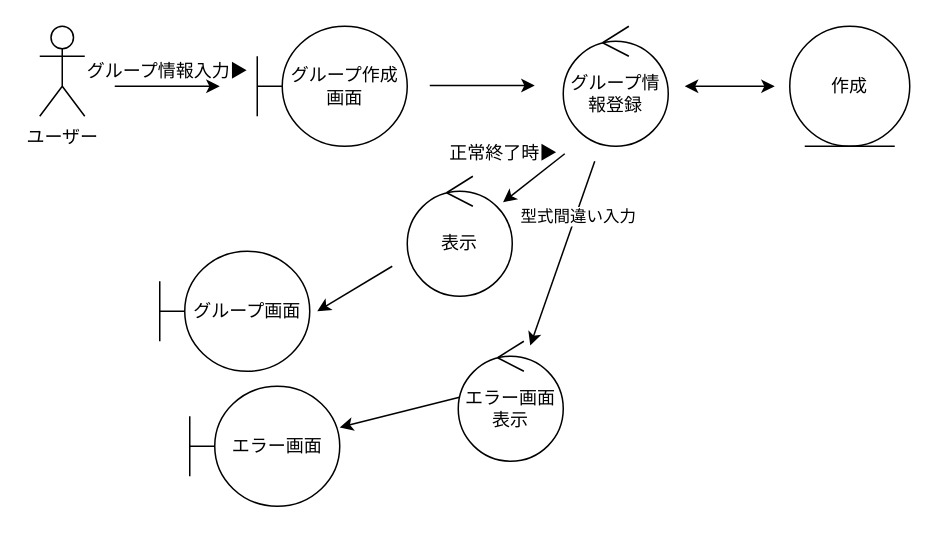
Before: page "グループを作成する" (1 of 8) of out/ロバストネス図/ユーザー２-ロバストネス図.drawio in ksw2270227/GroupF, a draw.io diagram. Source tidied: cells renumbered, new cells numbered last; positions are measured from the earlier drawing's top-left corner, leaving out a move shared by most shapes. Both pictures are drawn from the tidied source at 150%, with x=0, y=0 at pixel (39, 26).
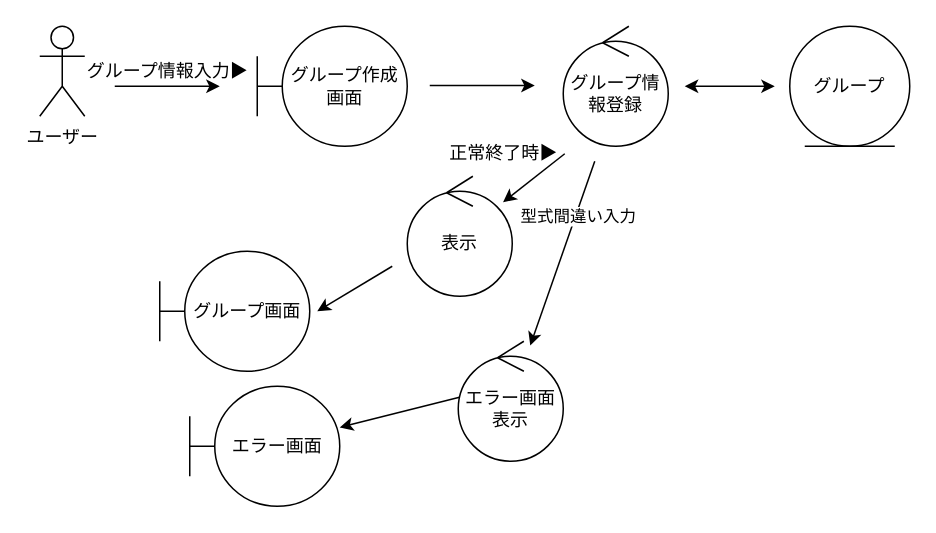
The same diagram, later.

What changed in the source:
```diff
@@
-    <mxCell id="15" value="作成" style="ellipse;shape=umlEntity;whiteSpace=wrap;html=1;" parent="1" vertex="1">
+    <mxCell id="15" value="グループ" style="ellipse;shape=umlEntity;whiteSpace=wrap;html=1;" parent="1" vertex="1">
       <mxGeometry x="500" width="80" height="80" as="geometry" />
     </mxCell>
```
